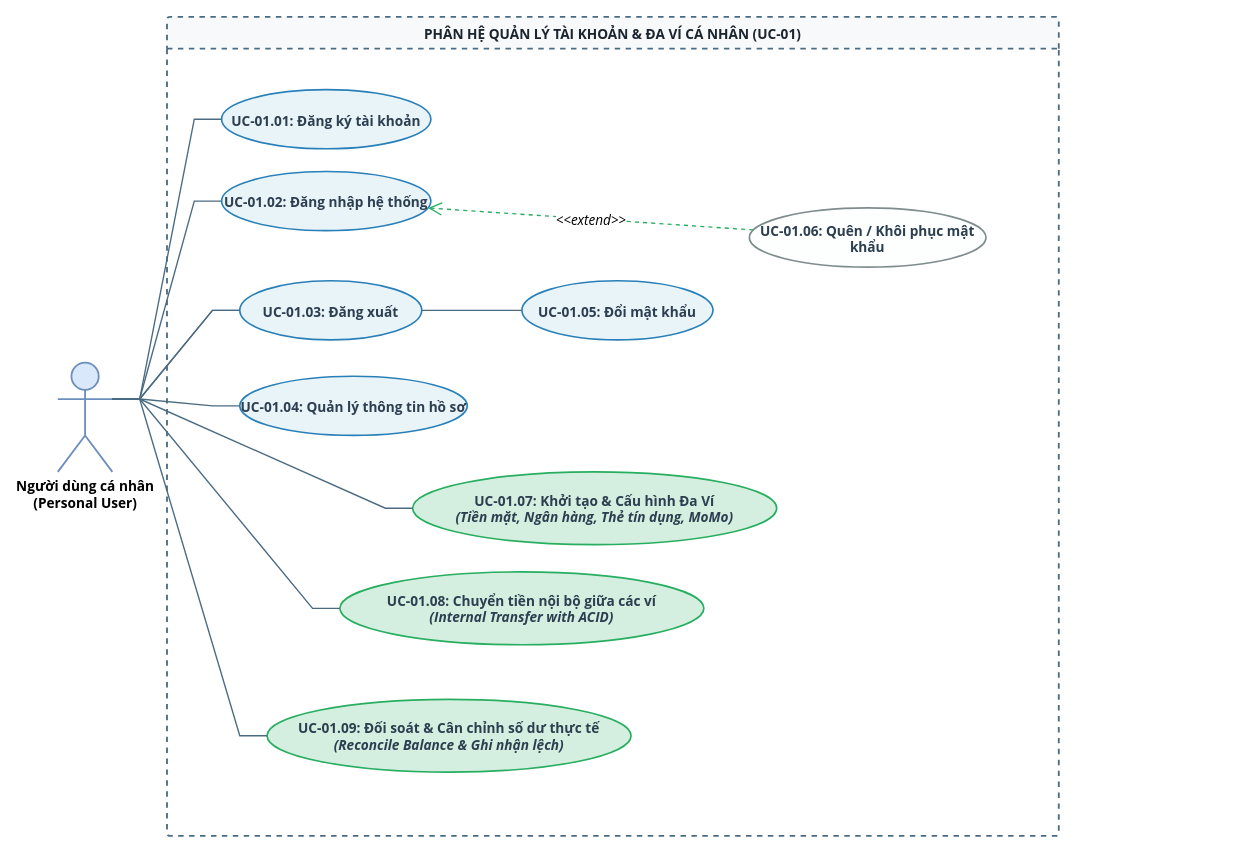
Earlier version of the draw.io diagram page "UCD 01 - Tài Khoản & Đa Ví" (2 of 10) of files/UCD-DuoNoPro.drawio (Datgh37/analyze-system-subject). Source tidied: cells renumbered, new cells numbered last; positions are measured from the earlier drawing's top-left corner, leaving out a move shared by most shapes. Both pictures are drawn from the tidied source at 91%, with x=0, y=0 at pixel (57, 16).
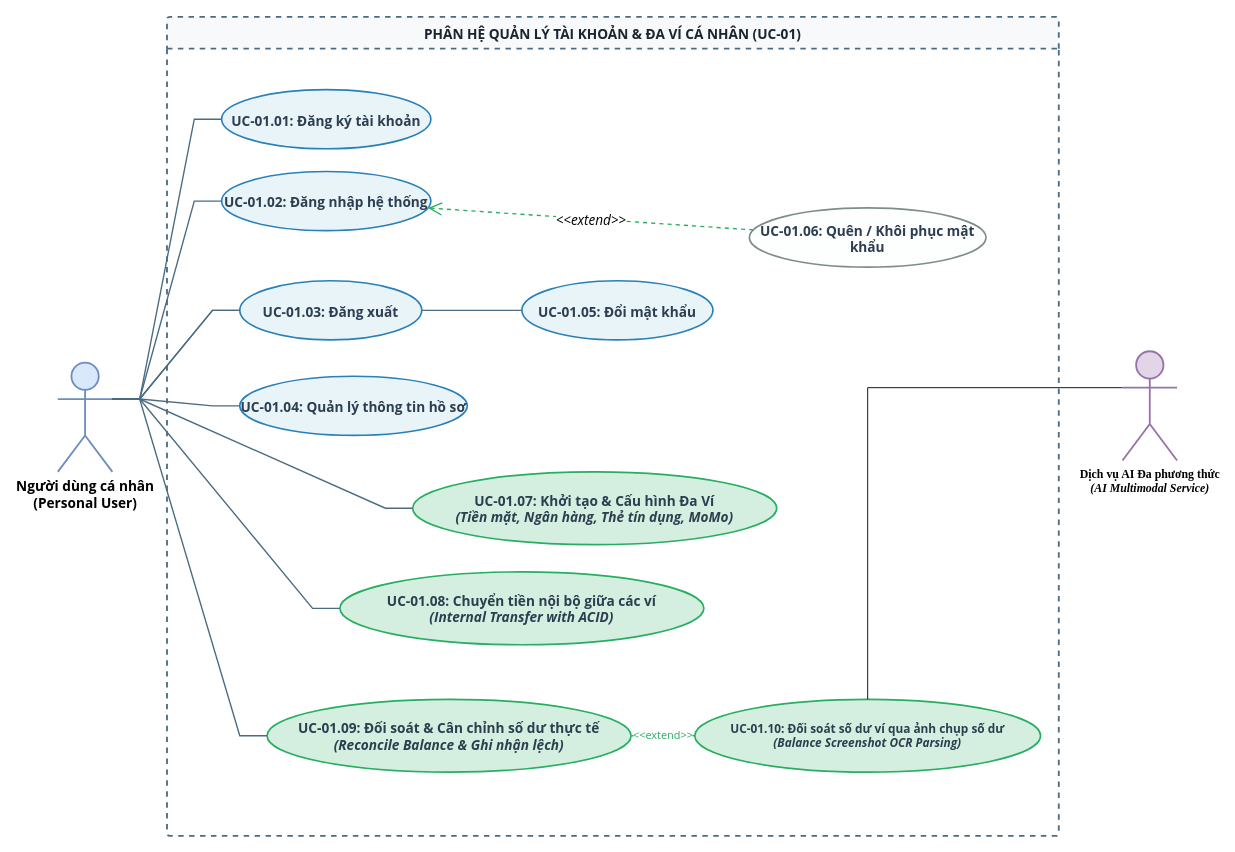
The same diagram, later.

The change refers to these unchanged cells:
```xml
<mxCell id="3" value="PHÂN HỆ QUẢN LÝ TÀI KHOẢN &amp;amp; ĐA VÍ CÁ NHÂN (UC-01)" style="swimlane;whiteSpace=wrap;html=1;rounded=1;arcSize=3;fontFamily=Segoe UI, Arial, sans-serif;fontSize=15;fontStyle=1;startSize=35;fillColor=#f8f9fa;fontColor=#1a252f;strokeColor=#4a6b82;strokeWidth=2;dashed=1;" parent="1" vertex="1">
  <mxGeometry x="120" width="980" height="900" as="geometry" />
</mxCell>
<mxCell id="11" value="&lt;b&gt;UC-01.09:&lt;/b&gt; Đối soát &amp;amp; Cân chỉnh số dư thực tế&lt;br&gt;&lt;i&gt;(Reconcile Balance &amp;amp; Ghi nhận lệch)&lt;/i&gt;" style="ellipse;whiteSpace=wrap;html=1;fillColor=#d4efdf;strokeColor=#27ae60;strokeWidth=1.8;fontFamily=Segoe UI, Arial, sans-serif;fontSize=15;fontStyle=1;fontColor=#2c3e50;" parent="3" vertex="1">
  <mxGeometry x="110" y="750" width="400" height="80" as="geometry" />
</mxCell>
```

What changed in the source:
```diff
@@
+    <mxCell id="23" value="&lt;b&gt;UC-01.10:&lt;/b&gt; Đối soát số dư ví qua ảnh chụp số dư&lt;br&gt;&lt;i&gt;(Balance Screenshot OCR Parsing)&lt;/i&gt;" style="ellipse;whiteSpace=wrap;html=1;fillColor=#d4efdf;strokeColor=#27ae60;strokeWidth=1.8;fontFamily=Segoe UI, Arial, sans-serif;fontSize=13;fontStyle=1;fontColor=#2c3e50;" parent="3" vertex="1">
+      <mxGeometry x="580" y="750" width="380" height="80" as="geometry" />
+    </mxCell>
@@
+    <mxCell id="24" value="&amp;lt;&amp;lt;extend&amp;gt;&amp;gt;" style="endArrow=open;endSize=12;dashed=1;html=1;strokeWidth=1.5;strokeColor=#27ae60;fontFamily=Segoe UI, Arial, sans-serif;fontSize=12;fontColor=#27ae60;" parent="1" edge="1" source="23" target="11">
+      <mxGeometry relative="1" as="geometry" />
+    </mxCell>
+    <mxCell id="25" value="&lt;b&gt;Dịch vụ AI Đa phương thức&lt;/b&gt;&lt;br&gt;&lt;i&gt;(AI Multimodal Service)&lt;/i&gt;" style="shape=umlActor;verticalLabelPosition=bottom;verticalAlign=top;html=1;outlineConnect=0;fillColor=#e1d5e7;strokeColor=#9673a6;strokeWidth=2;fontFamily=Times New Roman;fontSize=13;fontStyle=1;" parent="1" vertex="1">
+      <mxGeometry x="1170" y="367.5" width="60" height="120" as="geometry" />
+    </mxCell>
+    <mxCell id="26" style="edgeStyle=orthogonalEdgeStyle;rounded=0;jettySize=auto;html=1;exitX=0.5;exitY=0;exitDx=0;exitDy=0;entryX=0;entryY=0.3333333333333333;entryDx=0;entryDy=0;entryPerimeter=0;strokeColor=default;endArrow=none;endFill=0;" parent="1" edge="1" source="23" target="25">
+      <mxGeometry relative="1" as="geometry" />
+    </mxCell>
```
